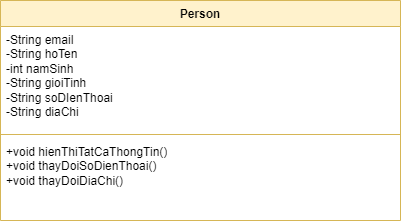
Earlier version of the draw.io export Lab3/Lab3.drawio.png (NguyenQuocKhang0810/Nguyenquockhang). Source tidied: cells renumbered, new cells last; positions are measured from the earlier drawing's top-left corner, leaving out a move shared by most shapes.
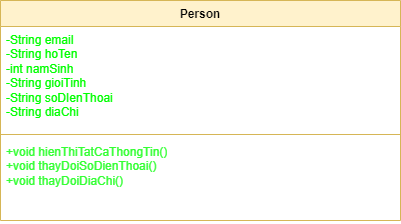
After the commit.

Change to the diagram source:
```diff
@@ -5,13 +5,13 @@
     <mxCell id="2" value="Person" style="swimlane;fontStyle=1;align=center;verticalAlign=top;horizontal=1;startSize=26;whiteSpace=wrap;html=1;fillColor=#fff2cc;strokeColor=#d6b656;" parent="1" vertex="1">
       <mxGeometry width="400" height="220" as="geometry" />
     </mxCell>
-    <mxCell id="3" value="-String email&lt;br&gt;-String hoTen&lt;br&gt;-int namSinh&lt;br&gt;-String gioiTinh&lt;br&gt;-String soDIenThoai&lt;br&gt;-String diaChi" style="text;strokeColor=none;fillColor=none;align=left;verticalAlign=top;spacingLeft=4;spacingRight=4;overflow=hidden;whiteSpace=wrap;html=1;" parent="2" vertex="1">
+    <mxCell id="3" value="&lt;font color=&quot;#00ff00&quot; style=&quot;background-color: rgb(255, 255, 255);&quot;&gt;-String email&lt;br&gt;-String hoTen&lt;br&gt;-int namSinh&lt;br&gt;-String gioiTinh&lt;br&gt;-String soDIenThoai&lt;br&gt;-String diaChi&lt;/font&gt;" style="text;strokeColor=none;fillColor=none;align=left;verticalAlign=top;spacingLeft=4;spacingRight=4;overflow=hidden;whiteSpace=wrap;html=1;" parent="2" vertex="1">
       <mxGeometry y="26" width="400" height="104" as="geometry" />
     </mxCell>
     <mxCell id="4" style="line;strokeWidth=1;fillColor=none;align=left;verticalAlign=middle;spacingTop=-1;spacingLeft=3;spacingRight=3;labelPosition=right;strokeColor=inherit;" parent="2" vertex="1">
       <mxGeometry y="130" width="400" height="8" as="geometry" />
     </mxCell>
-    <mxCell id="5" value="+void hienThiTatCaThongTin()&lt;br&gt;+void thayDoiSoDienThoai()&lt;br&gt;+void thayDoiDiaChi()" style="text;strokeColor=none;fillColor=none;align=left;verticalAlign=top;spacingLeft=4;spacingRight=4;overflow=hidden;whiteSpace=wrap;html=1;" parent="2" vertex="1">
+    <mxCell id="5" value="&lt;font color=&quot;#33ff33&quot;&gt;+void hienThiTatCaThongTin()&lt;br&gt;+void thayDoiSoDienThoai()&lt;br&gt;+void thayDoiDiaChi()&lt;/font&gt;" style="text;strokeColor=none;fillColor=none;align=left;verticalAlign=top;spacingLeft=4;spacingRight=4;overflow=hidden;whiteSpace=wrap;html=1;" parent="2" vertex="1">
       <mxGeometry y="138" width="400" height="82" as="geometry" />
     </mxCell>
   </root>
```
